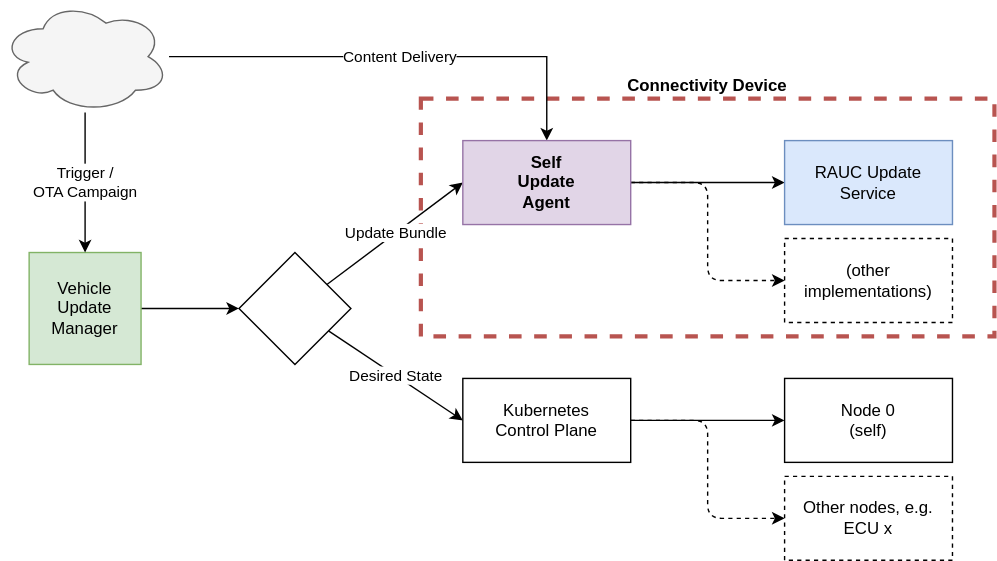
Before: content/en/docs/leda-incubator/self-update-agent/self-update-agent-arch.drawio.svg, a diagram exported from draw.io (eclipse-leda/leda). Source tidied: cells renumbered, new cells last; positions are measured from the earlier drawing's top-left corner, leaving out a move shared by most shapes. The source it was exported from:
```xml
<mxGraphModel>
  <root>
    <mxCell id="0" />
    <mxCell id="1" parent="0" />
    <mxCell id="2" value="Connectivity Device" style="rounded=0;whiteSpace=wrap;html=1;fillColor=none;strokeColor=#B85450;strokeWidth=3;dashed=1;labelPosition=center;verticalLabelPosition=top;align=center;verticalAlign=bottom;fontStyle=1;" parent="1" vertex="1">
      <mxGeometry x="300" y="70" width="410" height="170" as="geometry" />
    </mxCell>
    <mxCell id="3" value="Update Bundle" style="edgeStyle=none;html=1;entryX=0;entryY=0.5;entryDx=0;entryDy=0;" parent="1" edge="1" source="5" target="13">
      <mxGeometry relative="1" as="geometry" />
    </mxCell>
    <mxCell id="4" value="Desired State" style="edgeStyle=none;html=1;entryX=0;entryY=0.5;entryDx=0;entryDy=0;" parent="1" edge="1" source="5" target="16">
      <mxGeometry relative="1" as="geometry" />
    </mxCell>
    <mxCell id="5" style="rhombus;whiteSpace=wrap;html=1;" parent="1" vertex="1">
      <mxGeometry x="170" y="180" width="80" height="80" as="geometry" />
    </mxCell>
    <mxCell id="6" style="edgeStyle=none;html=1;entryX=0;entryY=0.5;entryDx=0;entryDy=0;" parent="1" edge="1" source="7" target="5">
      <mxGeometry relative="1" as="geometry" />
    </mxCell>
    <mxCell id="7" value="Vehicle&lt;br&gt;Update&lt;br&gt;Manager" style="whiteSpace=wrap;html=1;fillColor=#d5e8d4;strokeColor=#82b366;fontStyle=0;" parent="1" vertex="1">
      <mxGeometry x="20" y="180" width="80" height="80" as="geometry" />
    </mxCell>
    <mxCell id="8" value="Trigger /&lt;br&gt;OTA Campaign" style="edgeStyle=none;html=1;" parent="1" edge="1" source="10" target="7">
      <mxGeometry relative="1" as="geometry" />
    </mxCell>
    <mxCell id="9" value="Content Delivery" style="edgeStyle=orthogonalEdgeStyle;html=1;rounded=0;entryX=0.5;entryY=0;entryDx=0;entryDy=0;" parent="1" edge="1" source="10" target="13">
      <mxGeometry relative="1" as="geometry" />
    </mxCell>
    <mxCell id="10" style="ellipse;shape=cloud;whiteSpace=wrap;html=1;fillColor=#f5f5f5;fontColor=#333333;strokeColor=#666666;" parent="1" vertex="1">
      <mxGeometry width="120" height="80" as="geometry" />
    </mxCell>
    <mxCell id="11" style="edgeStyle=none;html=1;entryX=0;entryY=0.5;entryDx=0;entryDy=0;" parent="1" edge="1" source="13" target="17">
      <mxGeometry relative="1" as="geometry" />
    </mxCell>
    <mxCell id="12" style="edgeStyle=orthogonalEdgeStyle;html=1;entryX=0;entryY=0.5;entryDx=0;entryDy=0;dashed=1;" parent="1" edge="1" source="13" target="18">
      <mxGeometry relative="1" as="geometry" />
    </mxCell>
    <mxCell id="13" value="Self&lt;br&gt;Update&lt;br&gt;Agent" style="rounded=0;whiteSpace=wrap;html=1;fillColor=#e1d5e7;strokeColor=#9673a6;fontStyle=1;" parent="1" vertex="1">
      <mxGeometry x="330" y="100" width="120" height="60" as="geometry" />
    </mxCell>
    <mxCell id="14" style="edgeStyle=orthogonalEdgeStyle;html=1;entryX=0;entryY=0.5;entryDx=0;entryDy=0;" parent="1" edge="1" source="16" target="19">
      <mxGeometry relative="1" as="geometry" />
    </mxCell>
    <mxCell id="15" style="edgeStyle=orthogonalEdgeStyle;html=1;entryX=0;entryY=0.5;entryDx=0;entryDy=0;dashed=1;" parent="1" edge="1" source="16" target="20">
      <mxGeometry relative="1" as="geometry" />
    </mxCell>
    <mxCell id="16" value="Kubernetes&lt;br&gt;Control Plane" style="rounded=0;whiteSpace=wrap;html=1;fontStyle=0;" parent="1" vertex="1">
      <mxGeometry x="330" y="270" width="120" height="60" as="geometry" />
    </mxCell>
    <mxCell id="17" value="RAUC Update Service" style="rounded=0;whiteSpace=wrap;html=1;fillColor=#dae8fc;strokeColor=#6c8ebf;" parent="1" vertex="1">
      <mxGeometry x="560" y="100" width="120" height="60" as="geometry" />
    </mxCell>
    <mxCell id="18" value="(other implementations)" style="rounded=0;whiteSpace=wrap;html=1;dashed=1;" parent="1" vertex="1">
      <mxGeometry x="560" y="170" width="120" height="60" as="geometry" />
    </mxCell>
    <mxCell id="19" value="Node 0&lt;br&gt;(self)" style="rounded=0;whiteSpace=wrap;html=1;" parent="1" vertex="1">
      <mxGeometry x="560" y="270" width="120" height="60" as="geometry" />
    </mxCell>
    <mxCell id="20" value="Other nodes, e.g.&lt;br&gt;ECU x" style="rounded=0;whiteSpace=wrap;html=1;dashed=1;" parent="1" vertex="1">
      <mxGeometry x="560" y="340" width="120" height="60" as="geometry" />
    </mxCell>
  </root>
</mxGraphModel>
```
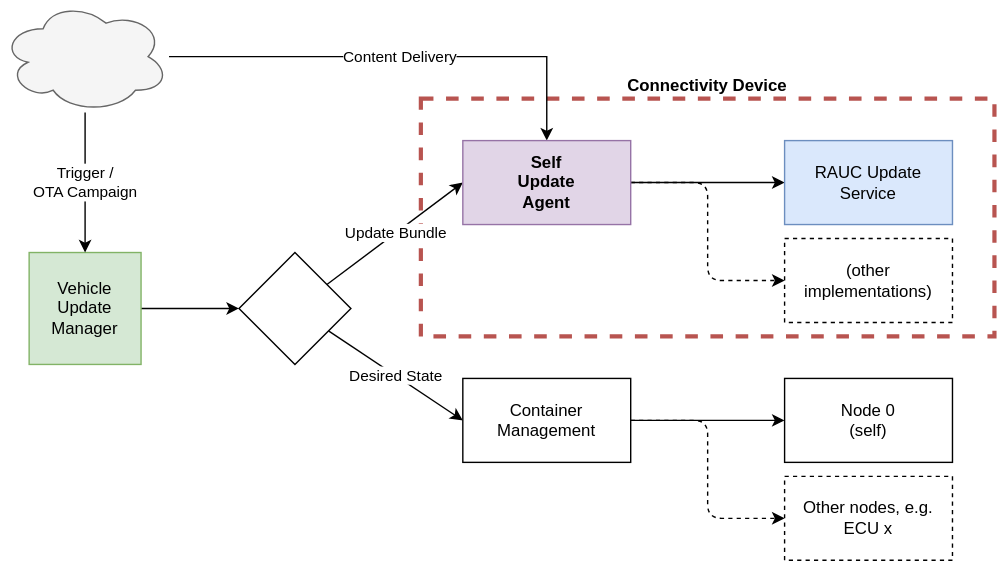
After the change.

Change to the diagram source:
```diff
@@ -44,7 +44,7 @@
     <mxCell id="15" style="edgeStyle=orthogonalEdgeStyle;html=1;entryX=0;entryY=0.5;entryDx=0;entryDy=0;dashed=1;" parent="1" edge="1" source="16" target="20">
       <mxGeometry relative="1" as="geometry" />
     </mxCell>
-    <mxCell id="16" value="Kubernetes&lt;br&gt;Control Plane" style="rounded=0;whiteSpace=wrap;html=1;fontStyle=0;" parent="1" vertex="1">
+    <mxCell id="16" value="Container&lt;br&gt;Management" style="rounded=0;whiteSpace=wrap;html=1;fontStyle=0;" parent="1" vertex="1">
       <mxGeometry x="330" y="270" width="120" height="60" as="geometry" />
     </mxCell>
     <mxCell id="17" value="RAUC Update Service" style="rounded=0;whiteSpace=wrap;html=1;fillColor=#dae8fc;strokeColor=#6c8ebf;" parent="1" vertex="1">
```
